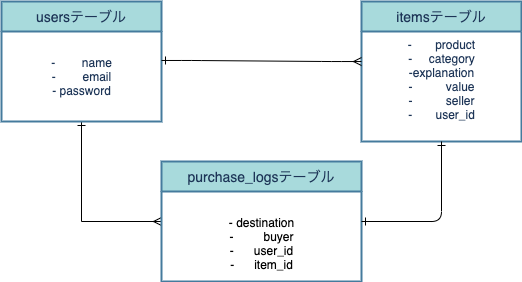
This is er.drawio.png from yononie/furima-32385, a draw.io export, as it was before one commit. Source tidied: cells renumbered, new cells last; positions are measured from the earlier drawing's top-left corner, leaving out a move shared by most shapes. The source it was exported from:
```xml
<mxGraphModel background="#FFFFFF">
  <root>
    <mxCell id="0" />
    <mxCell id="1" parent="0" />
    <mxCell id="2" style="edgeStyle=orthogonalEdgeStyle;rounded=0;jettySize=auto;html=1;startArrow=ERone;startFill=0;strokeColor=#000000;fontColor=#000000;entryX=0;entryY=0.5;entryDx=0;entryDy=0;endArrow=ERmany;endFill=0;" parent="1" edge="1" source="3" target="8">
      <mxGeometry relative="1" as="geometry" />
    </mxCell>
    <mxCell id="3" value="usersテーブル" style="swimlane;horizontal=1;startSize=30;fontSize=14;fontStyle=0;strokeWidth=2;shadow=0;dashed=0;align=center;fillColor=#A8DADC;strokeColor=#457B9D;fontColor=#1D3557;" parent="1" vertex="1">
      <mxGeometry width="160" height="120" as="geometry" />
    </mxCell>
    <mxCell id="4" value="itemsテーブル" style="swimlane;horizontal=1;startSize=30;fontSize=14;fontStyle=0;strokeWidth=2;shadow=0;dashed=0;align=center;fillColor=#A8DADC;strokeColor=#457B9D;fontColor=#1D3557;" parent="1" vertex="1">
      <mxGeometry x="360" width="160" height="140" as="geometry" />
    </mxCell>
    <mxCell id="5" value="-&amp;nbsp; &amp;nbsp; &amp;nbsp; &amp;nbsp;product&lt;br&gt;&lt;div&gt;&lt;span&gt;-&amp;nbsp; &amp;nbsp; &amp;nbsp;category&lt;/span&gt;&lt;/div&gt;&lt;div&gt;&lt;span&gt;-explanation&lt;/span&gt;&lt;/div&gt;-&amp;nbsp; &amp;nbsp; &amp;nbsp; &amp;nbsp; &amp;nbsp; value&lt;br&gt;-&amp;nbsp; &amp;nbsp; &amp;nbsp; &amp;nbsp; &amp;nbsp; seller&lt;br&gt;-&amp;nbsp; &amp;nbsp; &amp;nbsp; &amp;nbsp;user_id&lt;br&gt;&amp;nbsp;" style="text;html=1;align=center;verticalAlign=middle;points=[];rotation=0;fontColor=#1D3557;" parent="4" vertex="1">
      <mxGeometry y="30" width="160" height="110" as="geometry" />
    </mxCell>
    <mxCell id="6" value="-&amp;nbsp; &amp;nbsp; &amp;nbsp; &amp;nbsp; name&lt;br&gt;-&amp;nbsp; &amp;nbsp; &amp;nbsp; &amp;nbsp; email&lt;br&gt;- password" style="text;html=1;align=center;verticalAlign=middle;points=[];rotation=0;fontColor=#1D3557;" parent="1" vertex="1">
      <mxGeometry y="30" width="160" height="90" as="geometry" />
    </mxCell>
    <mxCell id="7" style="edgeStyle=entityRelationEdgeStyle;fontSize=12;html=1;endArrow=ERmany;exitX=1;exitY=0.322;exitDx=0;exitDy=0;exitPerimeter=0;fontColor=#000000;strokeColor=#000000;entryX=0;entryY=0.273;entryDx=0;entryDy=0;entryPerimeter=0;startArrow=ERone;startFill=0;" parent="1" edge="1" source="6" target="5">
      <mxGeometry relative="1" as="geometry" />
    </mxCell>
    <mxCell id="8" value="purchase_logsテーブル" style="swimlane;horizontal=1;startSize=30;fontSize=14;fontStyle=0;strokeWidth=2;shadow=0;dashed=0;align=center;fillColor=#A8DADC;strokeColor=#457B9D;fontColor=#1D3557;" parent="1" vertex="1">
      <mxGeometry x="160" y="160" width="200" height="120" as="geometry" />
    </mxCell>
    <mxCell id="9" value="&lt;br&gt;- destination&lt;br&gt;-&amp;nbsp; &amp;nbsp; &amp;nbsp; &amp;nbsp; &amp;nbsp;buyer&lt;br&gt;-&amp;nbsp; &amp;nbsp; &amp;nbsp; user_id&lt;br&gt;-&amp;nbsp; &amp;nbsp; &amp;nbsp; item_id" style="text;html=1;align=center;verticalAlign=middle;fontColor=#000000;" parent="8" vertex="1">
      <mxGeometry y="30" width="200" height="90" as="geometry" />
    </mxCell>
    <mxCell id="10" style="edgeStyle=orthogonalEdgeStyle;fontSize=12;html=1;endArrow=ERone;startArrow=ERone;strokeColor=#000000;endFill=0;startFill=0;" parent="1" edge="1">
      <mxGeometry relative="1" as="geometry">
        <mxPoint x="360" y="220" as="sourcePoint" />
        <mxPoint x="440" y="140" as="targetPoint" />
        <Array as="points">
          <mxPoint x="440" y="220" />
        </Array>
      </mxGeometry>
    </mxCell>
  </root>
</mxGraphModel>
```
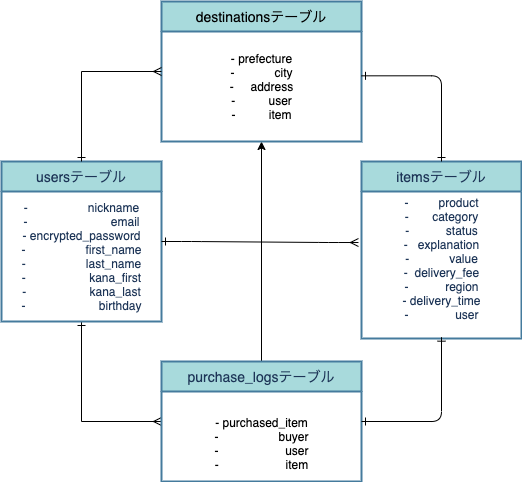
The same diagram one commit later.

Change to the diagram source:
```diff
@@ -6,34 +6,57 @@
       <mxGeometry relative="1" as="geometry" />
     </mxCell>
     <mxCell id="3" value="usersテーブル" style="swimlane;horizontal=1;startSize=30;fontSize=14;fontStyle=0;strokeWidth=2;shadow=0;dashed=0;align=center;fillColor=#A8DADC;strokeColor=#457B9D;fontColor=#1D3557;" parent="1" vertex="1">
-      <mxGeometry width="160" height="120" as="geometry" />
+      <mxGeometry width="160" height="160" as="geometry" />
     </mxCell>
+    <mxCell id="6" value="-&amp;nbsp; &amp;nbsp; &amp;nbsp; &amp;nbsp; &amp;nbsp; &amp;nbsp; &amp;nbsp; &amp;nbsp; &amp;nbsp; nickname&lt;br&gt;-&amp;nbsp; &amp;nbsp; &amp;nbsp; &amp;nbsp; &amp;nbsp; &amp;nbsp; &amp;nbsp; &amp;nbsp; &amp;nbsp; &amp;nbsp; &amp;nbsp; &amp;nbsp; &amp;nbsp;email&lt;br&gt;- encrypted_password&lt;br&gt;-&amp;nbsp; &amp;nbsp; &amp;nbsp; &amp;nbsp; &amp;nbsp; &amp;nbsp; &amp;nbsp; &amp;nbsp; &amp;nbsp; first_name&lt;br&gt;-&amp;nbsp; &amp;nbsp; &amp;nbsp; &amp;nbsp; &amp;nbsp; &amp;nbsp; &amp;nbsp; &amp;nbsp; &amp;nbsp; last_name&lt;br&gt;-&amp;nbsp; &amp;nbsp; &amp;nbsp; &amp;nbsp; &amp;nbsp; &amp;nbsp; &amp;nbsp; &amp;nbsp; &amp;nbsp; &amp;nbsp;kana_first&lt;br&gt;-&amp;nbsp; &amp;nbsp; &amp;nbsp; &amp;nbsp; &amp;nbsp; &amp;nbsp; &amp;nbsp; &amp;nbsp; &amp;nbsp; &amp;nbsp;kana_last&lt;br&gt;-&amp;nbsp; &amp;nbsp; &amp;nbsp; &amp;nbsp; &amp;nbsp; &amp;nbsp; &amp;nbsp; &amp;nbsp; &amp;nbsp; &amp;nbsp; &amp;nbsp; birthday" style="text;html=1;align=center;verticalAlign=middle;points=[];rotation=0;fontColor=#1D3557;" parent="3" vertex="1">
+      <mxGeometry y="30" width="160" height="130" as="geometry" />
+    </mxCell>
     <mxCell id="4" value="itemsテーブル" style="swimlane;horizontal=1;startSize=30;fontSize=14;fontStyle=0;strokeWidth=2;shadow=0;dashed=0;align=center;fillColor=#A8DADC;strokeColor=#457B9D;fontColor=#1D3557;" parent="1" vertex="1">
-      <mxGeometry x="360" width="160" height="140" as="geometry" />
+      <mxGeometry x="360" width="160" height="177" as="geometry" />
     </mxCell>
-    <mxCell id="5" value="-&amp;nbsp; &amp;nbsp; &amp;nbsp; &amp;nbsp;product&lt;br&gt;&lt;div&gt;&lt;span&gt;-&amp;nbsp; &amp;nbsp; &amp;nbsp;category&lt;/span&gt;&lt;/div&gt;&lt;div&gt;&lt;span&gt;-explanation&lt;/span&gt;&lt;/div&gt;-&amp;nbsp; &amp;nbsp; &amp;nbsp; &amp;nbsp; &amp;nbsp; value&lt;br&gt;-&amp;nbsp; &amp;nbsp; &amp;nbsp; &amp;nbsp; &amp;nbsp; seller&lt;br&gt;-&amp;nbsp; &amp;nbsp; &amp;nbsp; &amp;nbsp;user_id&lt;br&gt;&amp;nbsp;" style="text;html=1;align=center;verticalAlign=middle;points=[];rotation=0;fontColor=#1D3557;" parent="4" vertex="1">
-      <mxGeometry y="30" width="160" height="110" as="geometry" />
+    <mxCell id="5" value="-&amp;nbsp; &amp;nbsp; &amp;nbsp; &amp;nbsp; &amp;nbsp;product&lt;br&gt;&lt;div&gt;&lt;span&gt;-&amp;nbsp; &amp;nbsp; &amp;nbsp; &amp;nbsp;category&lt;/span&gt;&lt;/div&gt;&lt;div&gt;&lt;span&gt;-&amp;nbsp; &amp;nbsp; &amp;nbsp; &amp;nbsp; &amp;nbsp; &amp;nbsp;status&lt;/span&gt;&lt;/div&gt;&lt;div&gt;&lt;span&gt;-&amp;nbsp; &amp;nbsp;explanation&lt;/span&gt;&lt;/div&gt;-&amp;nbsp; &amp;nbsp; &amp;nbsp; &amp;nbsp; &amp;nbsp; &amp;nbsp; value&lt;br&gt;-&amp;nbsp; delivery_fee&lt;br&gt;-&amp;nbsp; &amp;nbsp; &amp;nbsp; &amp;nbsp; &amp;nbsp; &amp;nbsp;region&lt;br&gt;- delivery_time&lt;br&gt;-&amp;nbsp; &amp;nbsp; &amp;nbsp; &amp;nbsp; &amp;nbsp; &amp;nbsp; &amp;nbsp; user&lt;br&gt;&amp;nbsp;" style="text;html=1;align=center;verticalAlign=middle;points=[];rotation=0;fontColor=#1D3557;" parent="4" vertex="1">
+      <mxGeometry y="30" width="160" height="147" as="geometry" />
     </mxCell>
-    <mxCell id="6" value="-&amp;nbsp; &amp;nbsp; &amp;nbsp; &amp;nbsp; name&lt;br&gt;-&amp;nbsp; &amp;nbsp; &amp;nbsp; &amp;nbsp; email&lt;br&gt;- password" style="text;html=1;align=center;verticalAlign=middle;points=[];rotation=0;fontColor=#1D3557;" parent="1" vertex="1">
-      <mxGeometry y="30" width="160" height="90" as="geometry" />
-    </mxCell>
-    <mxCell id="7" style="edgeStyle=entityRelationEdgeStyle;fontSize=12;html=1;endArrow=ERmany;exitX=1;exitY=0.322;exitDx=0;exitDy=0;exitPerimeter=0;fontColor=#000000;strokeColor=#000000;entryX=0;entryY=0.273;entryDx=0;entryDy=0;entryPerimeter=0;startArrow=ERone;startFill=0;" parent="1" edge="1" source="6" target="5">
+    <mxCell id="7" style="edgeStyle=entityRelationEdgeStyle;fontSize=12;html=1;endArrow=ERmany;exitX=1;exitY=0.5;exitDx=0;exitDy=0;fontColor=#000000;strokeColor=#000000;entryX=-0.019;entryY=0.347;entryDx=0;entryDy=0;entryPerimeter=0;startArrow=ERone;startFill=0;" parent="1" edge="1" source="3" target="5">
       <mxGeometry relative="1" as="geometry" />
     </mxCell>
+    <mxCell id="11" style="edgeStyle=orthogonalEdgeStyle;rounded=0;jettySize=auto;html=1;" parent="1" edge="1" source="8" target="12">
+      <mxGeometry relative="1" as="geometry" />
+    </mxCell>
     <mxCell id="8" value="purchase_logsテーブル" style="swimlane;horizontal=1;startSize=30;fontSize=14;fontStyle=0;strokeWidth=2;shadow=0;dashed=0;align=center;fillColor=#A8DADC;strokeColor=#457B9D;fontColor=#1D3557;" parent="1" vertex="1">
-      <mxGeometry x="160" y="160" width="200" height="120" as="geometry" />
+      <mxGeometry x="160" y="200" width="200" height="120" as="geometry" />
     </mxCell>
-    <mxCell id="9" value="&lt;br&gt;- destination&lt;br&gt;-&amp;nbsp; &amp;nbsp; &amp;nbsp; &amp;nbsp; &amp;nbsp;buyer&lt;br&gt;-&amp;nbsp; &amp;nbsp; &amp;nbsp; user_id&lt;br&gt;-&amp;nbsp; &amp;nbsp; &amp;nbsp; item_id" style="text;html=1;align=center;verticalAlign=middle;fontColor=#000000;" parent="8" vertex="1">
+    <mxCell id="9" value="&lt;br&gt;- purchased_item&lt;br&gt;-&amp;nbsp; &amp;nbsp; &amp;nbsp; &amp;nbsp; &amp;nbsp; &amp;nbsp; &amp;nbsp; &amp;nbsp; &amp;nbsp; buyer&lt;br&gt;-&amp;nbsp; &amp;nbsp; &amp;nbsp; &amp;nbsp; &amp;nbsp; &amp;nbsp; &amp;nbsp; &amp;nbsp; &amp;nbsp; &amp;nbsp; user&lt;br&gt;-&amp;nbsp; &amp;nbsp; &amp;nbsp; &amp;nbsp; &amp;nbsp; &amp;nbsp; &amp;nbsp; &amp;nbsp; &amp;nbsp; &amp;nbsp; item" style="text;html=1;align=center;verticalAlign=middle;fontColor=#000000;" parent="8" vertex="1">
       <mxGeometry y="30" width="200" height="90" as="geometry" />
     </mxCell>
-    <mxCell id="10" style="edgeStyle=orthogonalEdgeStyle;fontSize=12;html=1;endArrow=ERone;startArrow=ERone;strokeColor=#000000;endFill=0;startFill=0;" parent="1" edge="1">
+    <mxCell id="10" style="edgeStyle=orthogonalEdgeStyle;fontSize=12;html=1;endArrow=ERone;startArrow=ERone;strokeColor=#000000;endFill=0;startFill=0;entryX=0.5;entryY=0.991;entryDx=0;entryDy=0;entryPerimeter=0;" parent="1" edge="1" target="5">
       <mxGeometry relative="1" as="geometry">
-        <mxPoint x="360" y="220" as="sourcePoint" />
-        <mxPoint x="440" y="140" as="targetPoint" />
+        <mxPoint x="360" y="260" as="sourcePoint" />
         <Array as="points">
-          <mxPoint x="440" y="220" />
+          <mxPoint x="440" y="260" />
         </Array>
       </mxGeometry>
     </mxCell>
+    <mxCell id="12" value="destinationsテーブル" style="swimlane;horizontal=1;startSize=30;fontSize=14;fontStyle=0;strokeWidth=2;shadow=0;dashed=0;align=center;fillColor=#A8DADC;strokeColor=#457B9D;fontColor=#000000;" parent="1" vertex="1">
+      <mxGeometry x="160" y="-160" width="200" height="140" as="geometry" />
+    </mxCell>
+    <mxCell id="13" value="- prefecture&lt;br&gt;-&amp;nbsp; &amp;nbsp; &amp;nbsp; &amp;nbsp; &amp;nbsp; &amp;nbsp; city&lt;br&gt;-&amp;nbsp; &amp;nbsp; &amp;nbsp;address&lt;br&gt;-&amp;nbsp; &amp;nbsp; &amp;nbsp; &amp;nbsp; &amp;nbsp; user&lt;br&gt;-&amp;nbsp; &amp;nbsp; &amp;nbsp; &amp;nbsp; &amp;nbsp; item" style="text;html=1;align=center;verticalAlign=middle;fontColor=#000000;" parent="12" vertex="1">
+      <mxGeometry y="30" width="200" height="110" as="geometry" />
+    </mxCell>
+    <mxCell id="14" style="edgeStyle=orthogonalEdgeStyle;rounded=0;jettySize=auto;html=1;startArrow=ERone;startFill=0;strokeColor=#000000;fontColor=#000000;endArrow=ERmany;endFill=0;exitX=0.5;exitY=0;exitDx=0;exitDy=0;entryX=0;entryY=0.5;entryDx=0;entryDy=0;" parent="1" edge="1" source="3" target="12">
+      <mxGeometry relative="1" as="geometry">
+        <Array as="points">
+          <mxPoint x="80" y="-90" />
+        </Array>
+      </mxGeometry>
+    </mxCell>
+    <mxCell id="15" style="edgeStyle=orthogonalEdgeStyle;fontSize=12;html=1;endArrow=ERone;startArrow=ERone;strokeColor=#000000;endFill=0;startFill=0;entryX=0.5;entryY=0;entryDx=0;entryDy=0;" parent="1" edge="1" target="4">
+      <mxGeometry relative="1" as="geometry">
+        <mxPoint x="360" y="-85.7" as="sourcePoint" />
+        <Array as="points">
+          <mxPoint x="440" y="-86" />
+        </Array>
+      </mxGeometry>
+    </mxCell>
   </root>
 </mxGraphModel>
```
